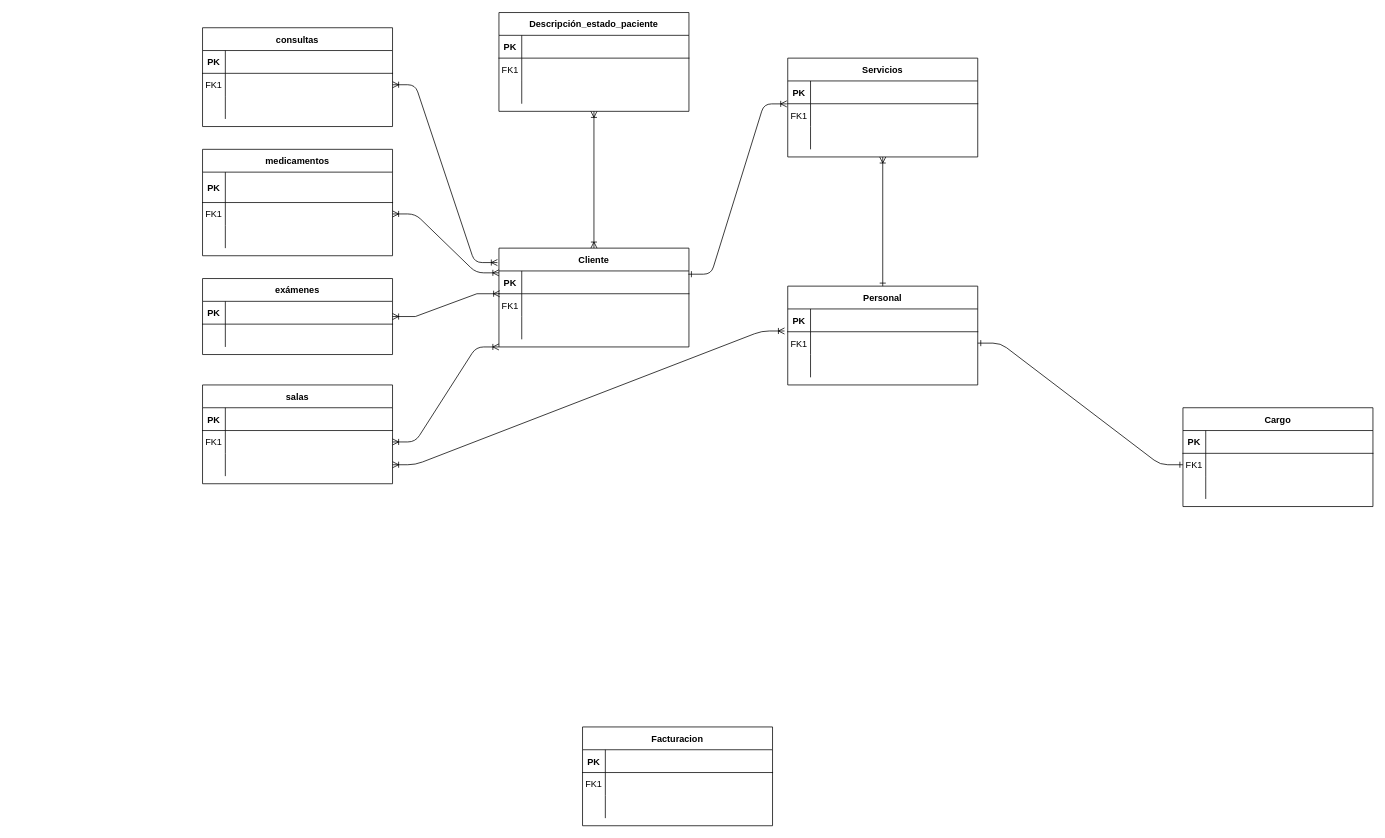
AlejandroPValencia/Clinica-imperial keeps this draw.io diagram as page "Page-1" (1 of 2) of Diagrama sin título.drawio. Above is the earlier version. Source tidied: cells renumbered, new cells numbered last; positions are measured from the earlier drawing's top-left corner, leaving out a move shared by most shapes. Both pictures are drawn from the tidied source at 76%, with x=0, y=0 at pixel (202, 12).
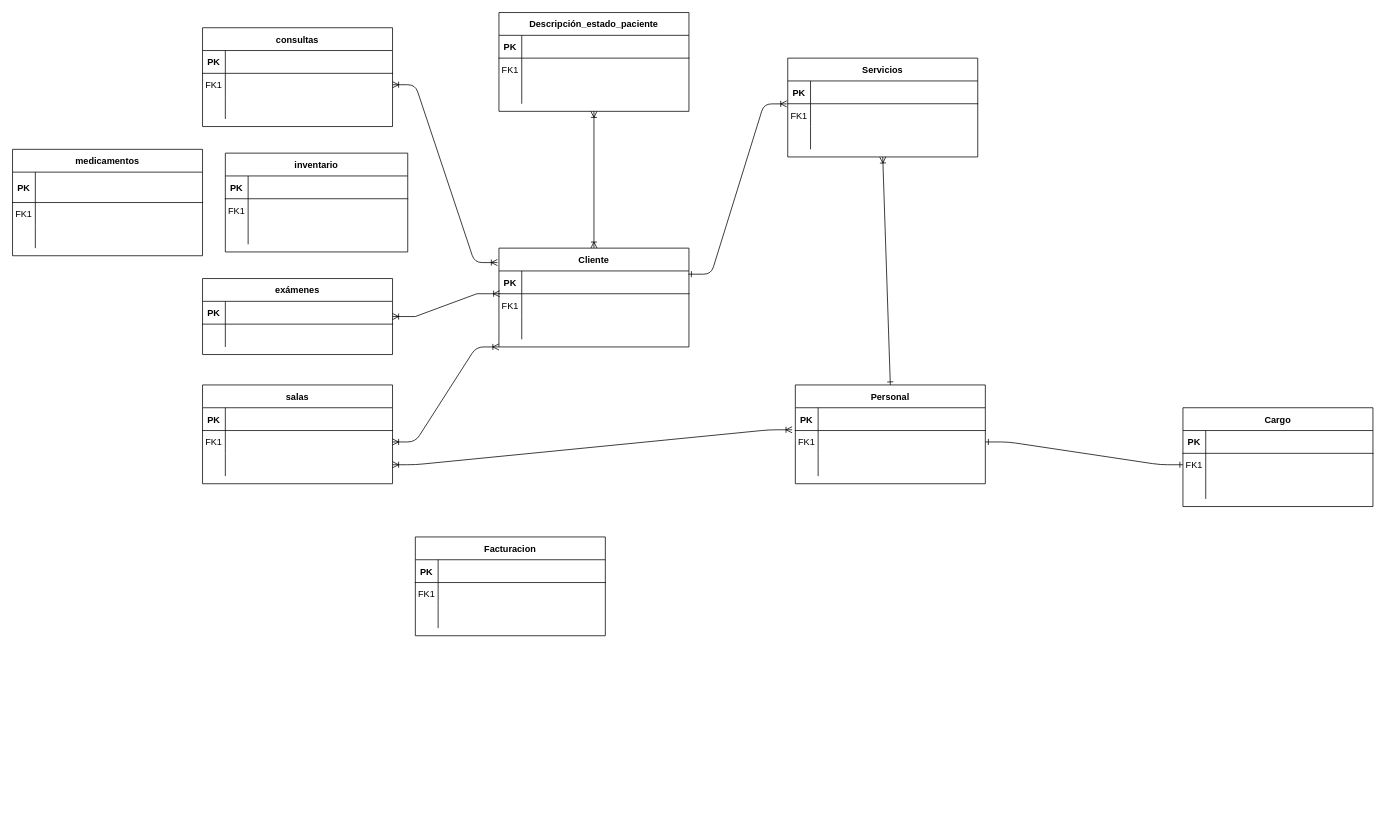
After the change.

The change refers to these unchanged cells:
```xml
<mxCell id="8" style="shape=partialRectangle;fillColor=none;points=[[0,0.5],[1,0.5]];portConstraint=eastwest;top=0;left=0;right=0;bottom=0;" parent="4" vertex="1">
  <mxGeometry y="70" width="250" height="30" as="geometry" />
</mxCell>
<mxCell id="42" value="Cliente" style="shape=table;startSize=30;childLayout=tableLayout;rowLines=0;fontStyle=1;align=center;" parent="1" vertex="1">
  <mxGeometry x="390" y="310" width="250" height="130" as="geometry" />
</mxCell>
```

What changed in the source:
```diff
@@
-    <mxCell id="2" style="edgeStyle=entityRelationEdgeStyle;endArrow=ERoneToMany;startArrow=ERoneToMany;endFill=0;startFill=0;exitX=0;exitY=0.25;exitDx=0;exitDy=0;" parent="1" edge="1" source="42" target="8">
-      <mxGeometry relative="1" as="geometry" />
-    </mxCell>
@@
     <mxCell id="4" value="medicamentos" style="shape=table;startSize=30;childLayout=tableLayout;rowLines=0;fontStyle=1;align=center;" parent="1" vertex="1">
-      <mxGeometry y="180" width="250" height="140" as="geometry" />
+      <mxGeometry x="-250" y="180" width="250" height="140" as="geometry" />
     </mxCell>
@@
     <mxCell id="63" value="Personal" style="shape=table;startSize=30;childLayout=tableLayout;rowLines=0;fontStyle=1;align=center;" parent="1" vertex="1">
-      <mxGeometry x="770" y="360" width="250" height="130" as="geometry" />
+      <mxGeometry x="780" y="490" width="250" height="130" as="geometry" />
     </mxCell>
@@
     <mxCell id="85" value="Facturacion" style="shape=table;startSize=30;childLayout=tableLayout;rowLines=0;fontStyle=1;align=center;" parent="1" vertex="1">
-      <mxGeometry x="500" y="940" width="250" height="130" as="geometry" />
+      <mxGeometry x="280" y="690" width="250" height="130" as="geometry" />
     </mxCell>
@@
+    <mxCell id="108" value="inventario" style="shape=table;startSize=30;childLayout=tableLayout;rowLines=0;fontStyle=1;align=center;" parent="1" vertex="1">
+      <mxGeometry x="30" y="185" width="240" height="130" as="geometry" />
+    </mxCell>
+    <mxCell id="109" style="shape=partialRectangle;fillColor=none;top=0;left=0;right=0;bottom=1;" parent="108" vertex="1">
+      <mxGeometry y="30" width="240" height="30" as="geometry" />
+    </mxCell>
+    <mxCell id="110" value="PK" style="shape=partialRectangle;overflow=hidden;fillColor=none;top=0;left=0;bottom=0;right=0;fontStyle=1;" parent="109" vertex="1">
+      <mxGeometry width="30" height="30" as="geometry" />
+    </mxCell>
+    <mxCell id="111" style="shape=partialRectangle;overflow=hidden;fillColor=none;top=0;left=0;bottom=0;right=0;align=left;spacingLeft=6;fontStyle=5;" parent="109" vertex="1">
+      <mxGeometry x="30" width="210" height="30" as="geometry" />
+    </mxCell>
+    <mxCell id="112" style="shape=partialRectangle;fillColor=none;top=0;left=0;right=0;bottom=0;" parent="108" vertex="1">
+      <mxGeometry y="60" width="240" height="30" as="geometry" />
+    </mxCell>
+    <mxCell id="113" value="FK1" style="shape=partialRectangle;overflow=hidden;fillColor=none;top=0;left=0;bottom=0;right=0;" parent="112" vertex="1">
+      <mxGeometry width="30" height="30" as="geometry" />
+    </mxCell>
+    <mxCell id="114" style="shape=partialRectangle;overflow=hidden;fillColor=none;top=0;left=0;bottom=0;right=0;align=left;spacingLeft=6;" parent="112" vertex="1">
+      <mxGeometry x="30" width="210" height="30" as="geometry" />
+    </mxCell>
+    <mxCell id="115" style="shape=partialRectangle;fillColor=none;top=0;left=0;right=0;bottom=0;" parent="108" vertex="1">
+      <mxGeometry y="90" width="240" height="30" as="geometry" />
+    </mxCell>
+    <mxCell id="116" style="shape=partialRectangle;overflow=hidden;fillColor=none;top=0;left=0;bottom=0;right=0;" parent="115" vertex="1">
+      <mxGeometry width="30" height="30" as="geometry" />
+    </mxCell>
+    <mxCell id="117" style="shape=partialRectangle;overflow=hidden;fillColor=none;top=0;left=0;bottom=0;right=0;align=left;spacingLeft=6;" parent="115" vertex="1">
+      <mxGeometry x="30" width="210" height="30" as="geometry" />
+    </mxCell>
```
